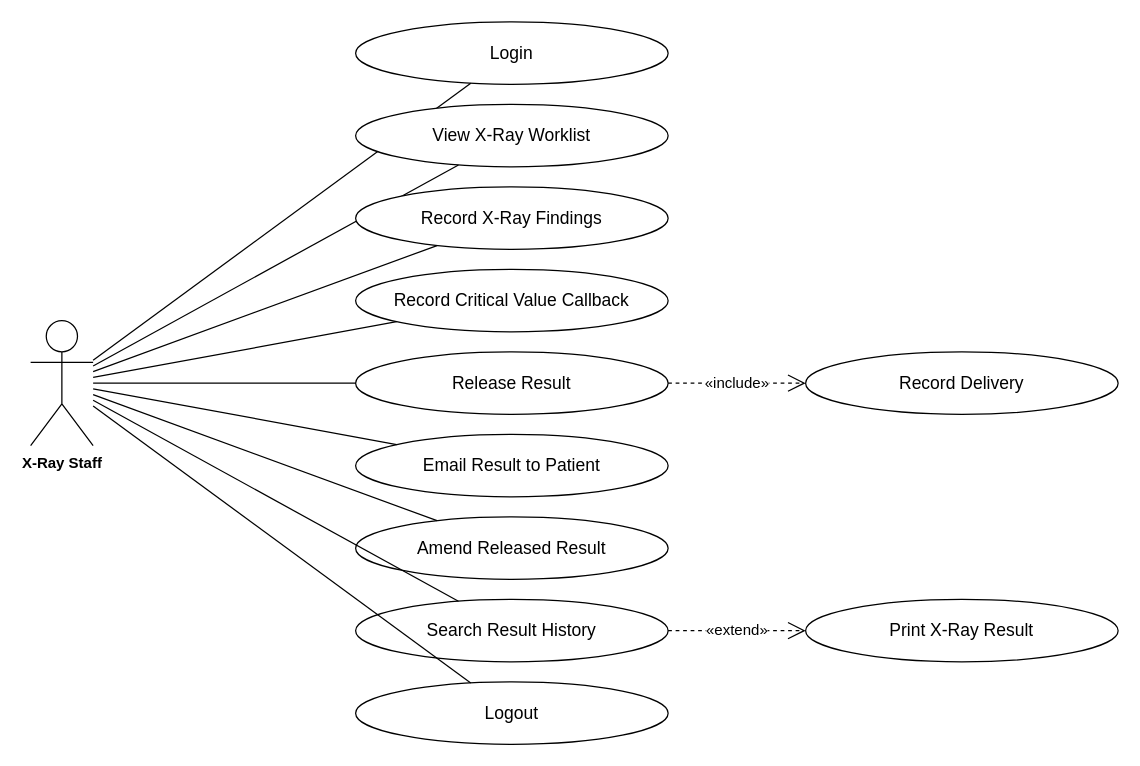
The draw.io diagram page "Xray Staff" (7 of 8) of docs/diagrams/usecases.drawio in steven23lz/Enlogada-Clinic-Management-System, before the edit. Source tidied: cells renumbered, new cells numbered last; positions are measured from the earlier drawing's top-left corner, leaving out a move shared by most shapes. Both pictures are drawn from the tidied source at 125%, with x=0, y=0 at pixel (30, 21).
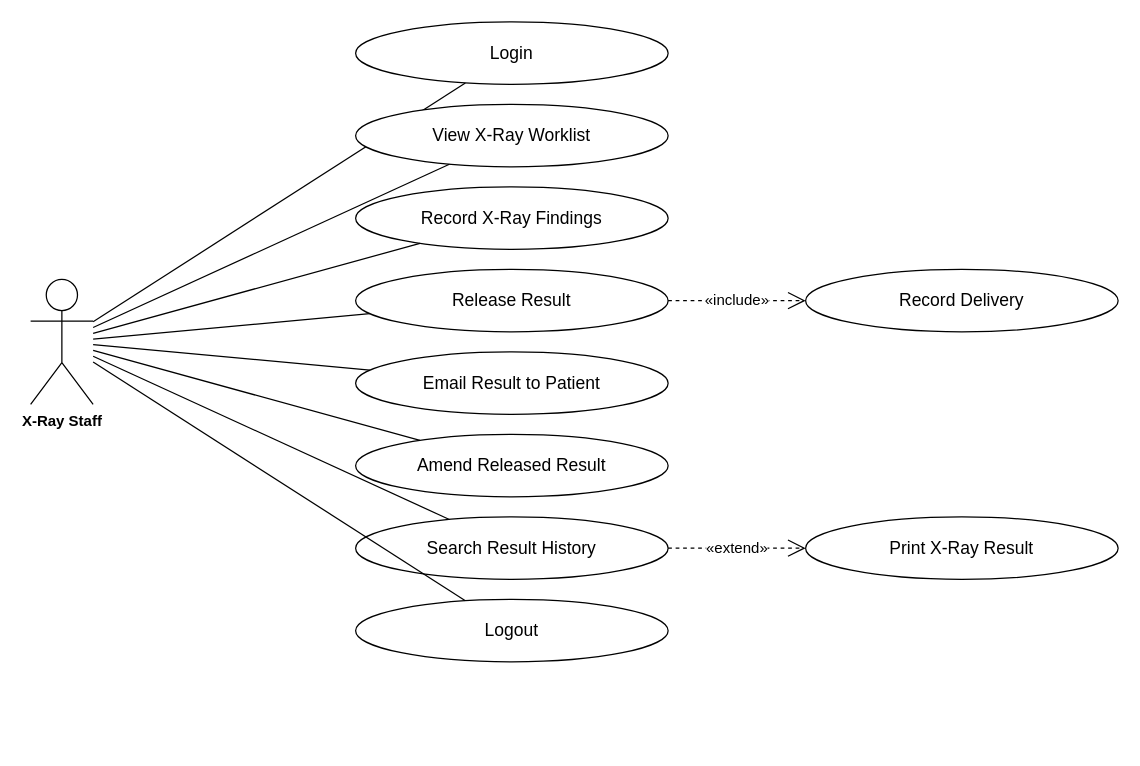
Above is the later version.

Diff of the diagram source:
```diff
@@
     <mxCell id="2" value="X-Ray Staff" style="shape=umlActor;verticalLabelPosition=bottom;verticalAlign=top;html=1;outlineConnect=0;fontFamily=Helvetica;fontSize=12;fontStyle=1;" parent="1" vertex="1">
-      <mxGeometry y="239" width="50" height="100" as="geometry" />
+      <mxGeometry y="206" width="50" height="100" as="geometry" />
     </mxCell>
@@
-    <mxCell id="9" value="Record Critical Value Callback" style="ellipse;whiteSpace=wrap;html=1;fontFamily=Helvetica;fontSize=14;fontColor=#000000;strokeColor=#000000;" parent="1" vertex="1">
+    <mxCell id="9" value="Release Result" style="ellipse;whiteSpace=wrap;html=1;fontFamily=Helvetica;fontSize=14;fontColor=#000000;strokeColor=#000000;" parent="1" vertex="1">
       <mxGeometry x="260" y="198" width="250" height="50" as="geometry" />
     </mxCell>
@@
-    <mxCell id="11" value="Release Result" style="ellipse;whiteSpace=wrap;html=1;fontFamily=Helvetica;fontSize=14;fontColor=#000000;strokeColor=#000000;" parent="1" vertex="1">
+    <mxCell id="11" value="Email Result to Patient" style="ellipse;whiteSpace=wrap;html=1;fontFamily=Helvetica;fontSize=14;fontColor=#000000;strokeColor=#000000;" parent="1" vertex="1">
       <mxGeometry x="260" y="264" width="250" height="50" as="geometry" />
     </mxCell>
@@
-    <mxCell id="13" value="Email Result to Patient" style="ellipse;whiteSpace=wrap;html=1;fontFamily=Helvetica;fontSize=14;fontColor=#000000;strokeColor=#000000;" parent="1" vertex="1">
+    <mxCell id="13" value="Amend Released Result" style="ellipse;whiteSpace=wrap;html=1;fontFamily=Helvetica;fontSize=14;fontColor=#000000;strokeColor=#000000;" parent="1" vertex="1">
       <mxGeometry x="260" y="330" width="250" height="50" as="geometry" />
     </mxCell>
@@
-    <mxCell id="15" value="Amend Released Result" style="ellipse;whiteSpace=wrap;html=1;fontFamily=Helvetica;fontSize=14;fontColor=#000000;strokeColor=#000000;" parent="1" vertex="1">
+    <mxCell id="15" value="Search Result History" style="ellipse;whiteSpace=wrap;html=1;fontFamily=Helvetica;fontSize=14;fontColor=#000000;strokeColor=#000000;" parent="1" vertex="1">
       <mxGeometry x="260" y="396" width="250" height="50" as="geometry" />
     </mxCell>
@@
-    <mxCell id="17" value="Search Result History" style="ellipse;whiteSpace=wrap;html=1;fontFamily=Helvetica;fontSize=14;fontColor=#000000;strokeColor=#000000;" parent="1" vertex="1">
+    <mxCell id="17" value="Logout" style="ellipse;whiteSpace=wrap;html=1;fontFamily=Helvetica;fontSize=14;fontColor=#000000;strokeColor=#000000;" parent="1" vertex="1">
       <mxGeometry x="260" y="462" width="250" height="50" as="geometry" />
     </mxCell>
@@
-    <mxCell id="19" value="Logout" style="ellipse;whiteSpace=wrap;html=1;fontFamily=Helvetica;fontSize=14;fontColor=#000000;strokeColor=#000000;" parent="1" vertex="1">
-      <mxGeometry x="260" y="528" width="250" height="50" as="geometry" />
+    <mxCell id="19" value="Print X-Ray Result" style="ellipse;whiteSpace=wrap;html=1;fontFamily=Helvetica;fontSize=14;fontColor=#000000;strokeColor=#000000;" parent="1" vertex="1">
+      <mxGeometry x="620" y="396" width="250" height="50" as="geometry" />
     </mxCell>
-    <mxCell id="20" style="edgeStyle=none;rounded=0;html=1;endArrow=none;fontFamily=Helvetica;fontSize=12;fontColor=#000000;strokeColor=#000000;" parent="1" edge="1" source="2" target="19">
+    <mxCell id="20" value="«extend»" style="endArrow=open;endSize=12;dashed=1;html=1;fontFamily=Helvetica;fontSize=12;fontColor=#000000;strokeColor=#000000;" parent="1" edge="1" source="15" target="19">
       <mxGeometry relative="1" as="geometry" />
     </mxCell>
-    <mxCell id="21" value="Print X-Ray Result" style="ellipse;whiteSpace=wrap;html=1;fontFamily=Helvetica;fontSize=14;fontColor=#000000;strokeColor=#000000;" parent="1" vertex="1">
-      <mxGeometry x="620" y="462" width="250" height="50" as="geometry" />
+    <mxCell id="21" value="Record Delivery" style="ellipse;whiteSpace=wrap;html=1;fontFamily=Helvetica;fontSize=14;fontColor=#000000;strokeColor=#000000;" parent="1" vertex="1">
+      <mxGeometry x="620" y="198" width="250" height="50" as="geometry" />
     </mxCell>
-    <mxCell id="22" value="«extend»" style="endArrow=open;endSize=12;dashed=1;html=1;fontFamily=Helvetica;fontSize=12;fontColor=#000000;strokeColor=#000000;" parent="1" edge="1" source="17" target="21">
+    <mxCell id="22" value="«include»" style="endArrow=open;endSize=12;dashed=1;html=1;fontFamily=Helvetica;fontSize=12;fontColor=#000000;strokeColor=#000000;" parent="1" edge="1" source="9" target="21">
       <mxGeometry relative="1" as="geometry" />
     </mxCell>
-    <mxCell id="23" value="Record Delivery" style="ellipse;whiteSpace=wrap;html=1;fontFamily=Helvetica;fontSize=14;fontColor=#000000;strokeColor=#000000;" parent="1" vertex="1">
-      <mxGeometry x="620" y="264" width="250" height="50" as="geometry" />
-    </mxCell>
-    <mxCell id="24" value="«include»" style="endArrow=open;endSize=12;dashed=1;html=1;fontFamily=Helvetica;fontSize=12;fontColor=#000000;strokeColor=#000000;" parent="1" edge="1" source="11" target="23">
-      <mxGeometry relative="1" as="geometry" />
-    </mxCell>
```
